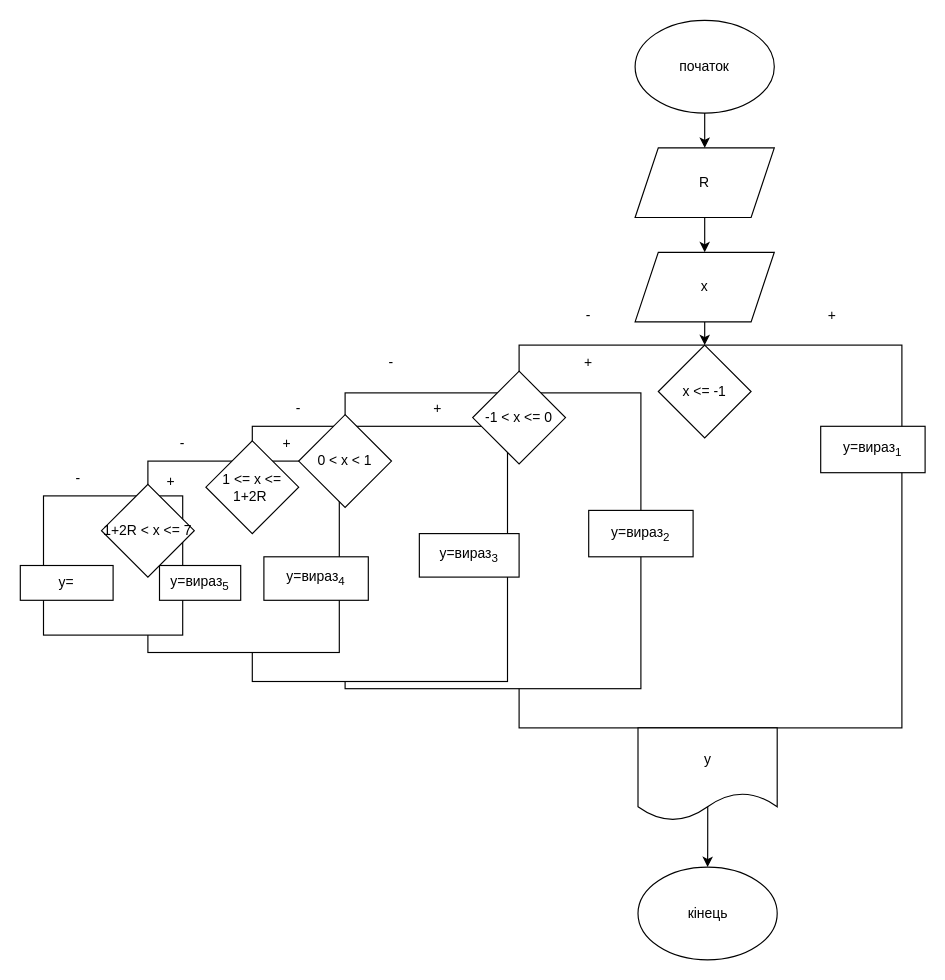
Earlier version of the draw.io diagram блок-схема3.3.drawio (KaterynaPele/lab3.3). Source tidied: cells renumbered, new cells numbered last; positions are measured from the earlier drawing's top-left corner, leaving out a move shared by most shapes. Both pictures are drawn from the tidied source at 116%, with x=0, y=0 at pixel (20, 20).
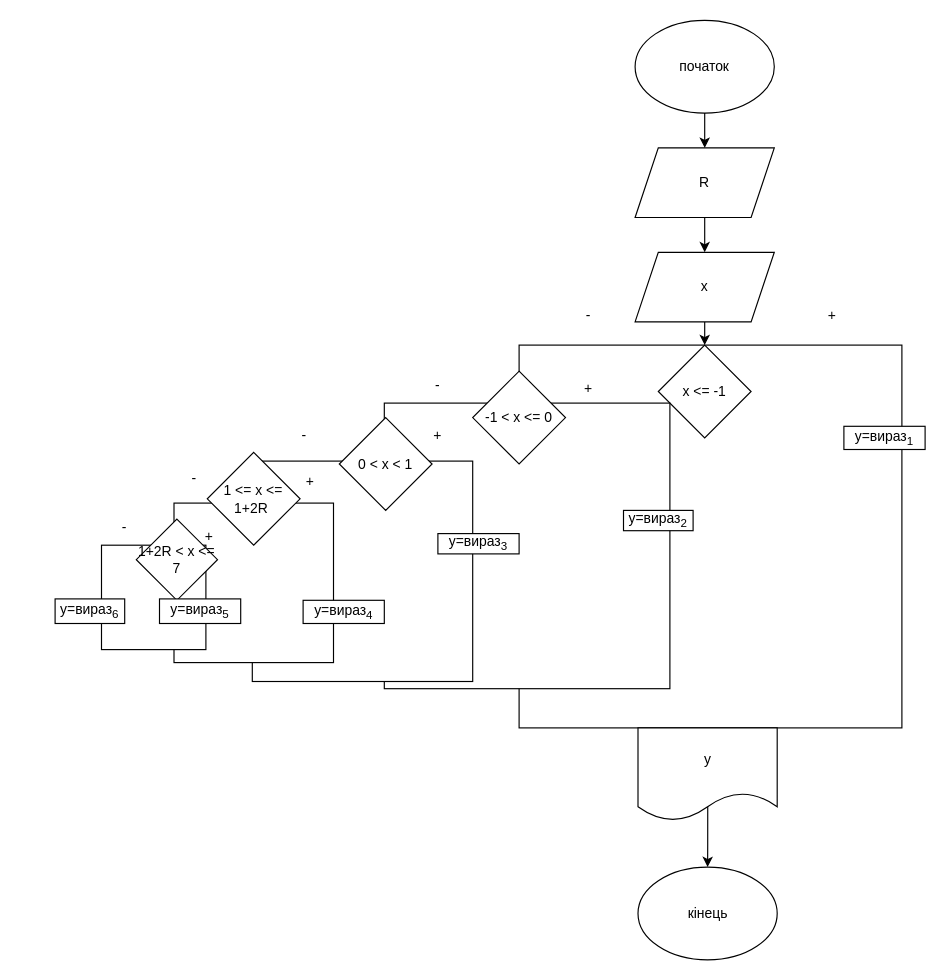
Above is the later version.

Change to the diagram source:
```diff
@@
     <mxCell id="11" style="whiteSpace=wrap;html=1;" parent="1" vertex="1">
-      <mxGeometry x="280" y="321.2" width="255" height="255" as="geometry" />
+      <mxGeometry x="313.8" y="330" width="246.2" height="246.2" as="geometry" />
     </mxCell>
     <mxCell id="12" style="whiteSpace=wrap;html=1;" parent="1" vertex="1">
-      <mxGeometry x="200" y="350" width="220" height="220" as="geometry" />
+      <mxGeometry x="200" y="380" width="190" height="190" as="geometry" />
     </mxCell>
@@
     <mxCell id="14" value="y=вираз&lt;sub&gt;1&lt;/sub&gt;" style="rounded=0;whiteSpace=wrap;html=1;" parent="1" vertex="1">
-      <mxGeometry x="690" y="350" width="90" height="40" as="geometry" />
+      <mxGeometry x="710" y="350" width="70" height="20" as="geometry" />
     </mxCell>
     <mxCell id="15" value="y=вираз&lt;sub&gt;2&lt;/sub&gt;" style="rounded=0;whiteSpace=wrap;html=1;" parent="1" vertex="1">
-      <mxGeometry x="490" y="422.5" width="90" height="40" as="geometry" />
+      <mxGeometry x="520" y="422.5" width="60" height="17.5" as="geometry" />
     </mxCell>
     <mxCell id="16" value="y=вираз&lt;sub&gt;3&lt;/sub&gt;" style="rounded=0;whiteSpace=wrap;html=1;" parent="1" vertex="1">
-      <mxGeometry x="344" y="442.5" width="86" height="37.5" as="geometry" />
+      <mxGeometry x="360" y="442.5" width="70" height="17.5" as="geometry" />
     </mxCell>
@@
     <mxCell id="20" style="whiteSpace=wrap;html=1;" parent="1" vertex="1">
-      <mxGeometry x="110" y="380" width="165" height="165" as="geometry" />
+      <mxGeometry x="132.5" y="416.2" width="137.5" height="137.5" as="geometry" />
     </mxCell>
     <mxCell id="21" value="y=вираз&lt;sub&gt;4&lt;/sub&gt;" style="rounded=0;whiteSpace=wrap;html=1;" parent="1" vertex="1">
-      <mxGeometry x="210" y="462.5" width="90" height="37.5" as="geometry" />
+      <mxGeometry x="243.8" y="500" width="70" height="20" as="geometry" />
     </mxCell>
     <mxCell id="22" style="whiteSpace=wrap;html=1;" parent="1" vertex="1">
-      <mxGeometry x="20" y="410" width="120" height="120" as="geometry" />
+      <mxGeometry x="70" y="452.5" width="90" height="90" as="geometry" />
     </mxCell>
-    <mxCell id="23" value="y=" style="rounded=0;whiteSpace=wrap;html=1;" parent="1" vertex="1">
-      <mxGeometry y="470" width="80" height="30" as="geometry" />
+    <mxCell id="23" value="y=вираз&lt;sub&gt;6&lt;/sub&gt;" style="rounded=0;whiteSpace=wrap;html=1;" parent="1" vertex="1">
+      <mxGeometry x="30" y="498.8" width="60" height="21.2" as="geometry" />
     </mxCell>
-    <mxCell id="24" value="y=вираз&lt;sub&gt;5&lt;/sub&gt;" style="rounded=0;whiteSpace=wrap;html=1;" parent="1" vertex="1">
-      <mxGeometry x="120" y="470" width="70" height="30" as="geometry" />
-    </mxCell>
     <mxCell id="25" value="1 &amp;lt;= x &amp;lt;= 1+2R&amp;nbsp;" style="rhombus;whiteSpace=wrap;html=1;" parent="1" vertex="1">
-      <mxGeometry x="160" y="362.5" width="80" height="80" as="geometry" />
+      <mxGeometry x="161.2" y="372.5" width="80" height="80" as="geometry" />
     </mxCell>
     <mxCell id="26" value="1+2R &amp;lt; x &amp;lt;= 7" style="rhombus;whiteSpace=wrap;html=1;" parent="1" vertex="1">
-      <mxGeometry x="70" y="400" width="80" height="80" as="geometry" />
+      <mxGeometry x="100" y="430" width="70" height="70" as="geometry" />
     </mxCell>
     <mxCell id="27" value="0 &amp;lt; x &amp;lt; 1" style="rhombus;whiteSpace=wrap;html=1;" parent="1" vertex="1">
-      <mxGeometry x="240" y="340" width="80" height="80" as="geometry" />
+      <mxGeometry x="275" y="342.5" width="80" height="80" as="geometry" />
     </mxCell>
@@
     <mxCell id="29" value="+" style="text;strokeColor=none;align=center;fillColor=none;html=1;verticalAlign=middle;whiteSpace=wrap;rounded=0;" parent="1" vertex="1">
-      <mxGeometry x="460" y="280" width="60" height="30" as="geometry" />
+      <mxGeometry x="460" y="302.5" width="60" height="30" as="geometry" />
     </mxCell>
     <mxCell id="30" value="+" style="text;strokeColor=none;align=center;fillColor=none;html=1;verticalAlign=middle;whiteSpace=wrap;rounded=0;" parent="1" vertex="1">
-      <mxGeometry x="330" y="320" width="60" height="30" as="geometry" />
+      <mxGeometry x="330" y="342.5" width="60" height="30" as="geometry" />
     </mxCell>
     <mxCell id="31" value="+" style="text;strokeColor=none;align=center;fillColor=none;html=1;verticalAlign=middle;whiteSpace=wrap;rounded=0;" parent="1" vertex="1">
-      <mxGeometry x="200" y="350" width="60" height="30" as="geometry" />
+      <mxGeometry x="220" y="382.5" width="60" height="30" as="geometry" />
     </mxCell>
     <mxCell id="32" value="+" style="text;strokeColor=none;align=center;fillColor=none;html=1;verticalAlign=middle;whiteSpace=wrap;rounded=0;" parent="1" vertex="1">
-      <mxGeometry x="100" y="382.5" width="60" height="30" as="geometry" />
+      <mxGeometry x="132.5" y="430" width="60" height="30" as="geometry" />
     </mxCell>
@@
     <mxCell id="34" value="-" style="text;strokeColor=none;align=center;fillColor=none;html=1;verticalAlign=middle;whiteSpace=wrap;rounded=0;" parent="1" vertex="1">
-      <mxGeometry x="290" y="280" width="60" height="30" as="geometry" />
+      <mxGeometry x="330" y="300" width="60" height="30" as="geometry" />
     </mxCell>
     <mxCell id="35" value="-" style="text;strokeColor=none;align=center;fillColor=none;html=1;verticalAlign=middle;whiteSpace=wrap;rounded=0;" parent="1" vertex="1">
-      <mxGeometry x="210" y="320" width="60" height="30" as="geometry" />
+      <mxGeometry x="215" y="342.5" width="60" height="30" as="geometry" />
     </mxCell>
     <mxCell id="36" value="-" style="text;strokeColor=none;align=center;fillColor=none;html=1;verticalAlign=middle;whiteSpace=wrap;rounded=0;" parent="1" vertex="1">
-      <mxGeometry x="110" y="350" width="60" height="30" as="geometry" />
+      <mxGeometry x="120" y="380" width="60" height="30" as="geometry" />
     </mxCell>
     <mxCell id="37" value="-" style="text;strokeColor=none;align=center;fillColor=none;html=1;verticalAlign=middle;whiteSpace=wrap;rounded=0;" parent="1" vertex="1">
-      <mxGeometry x="20" y="380" width="60" height="30" as="geometry" />
+      <mxGeometry x="60" y="422.5" width="60" height="30" as="geometry" />
     </mxCell>
+    <mxCell id="24" value="y=вираз&lt;sub&gt;5&lt;/sub&gt;" style="rounded=0;whiteSpace=wrap;html=1;" parent="1" vertex="1">
+      <mxGeometry x="120" y="498.8" width="70" height="21.2" as="geometry" />
+    </mxCell>
```
